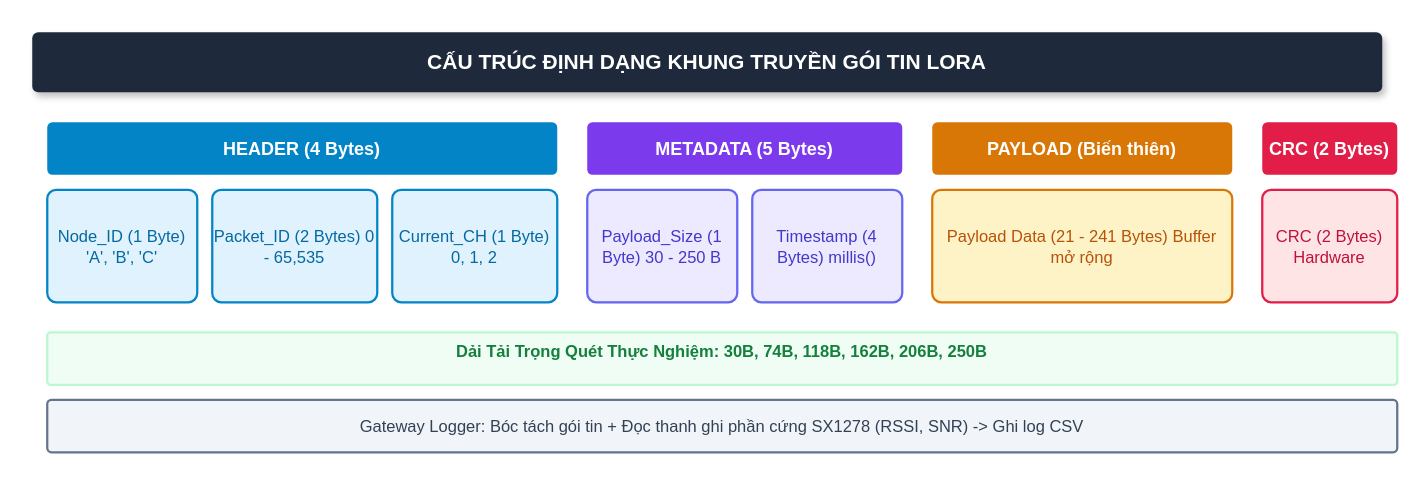
Brauuwu/LoRa_TinyML_Hopping keeps this draw.io diagram as figs/07_dinh_dang_khung_truyen_goi_tin.drawio. Above is the earlier version. Source tidied: cells renumbered, new cells numbered last; positions are measured from the earlier drawing's top-left corner, leaving out a move shared by most shapes. Both pictures are drawn from the tidied source at 150%, with x=0, y=0 at pixel (32, 32).
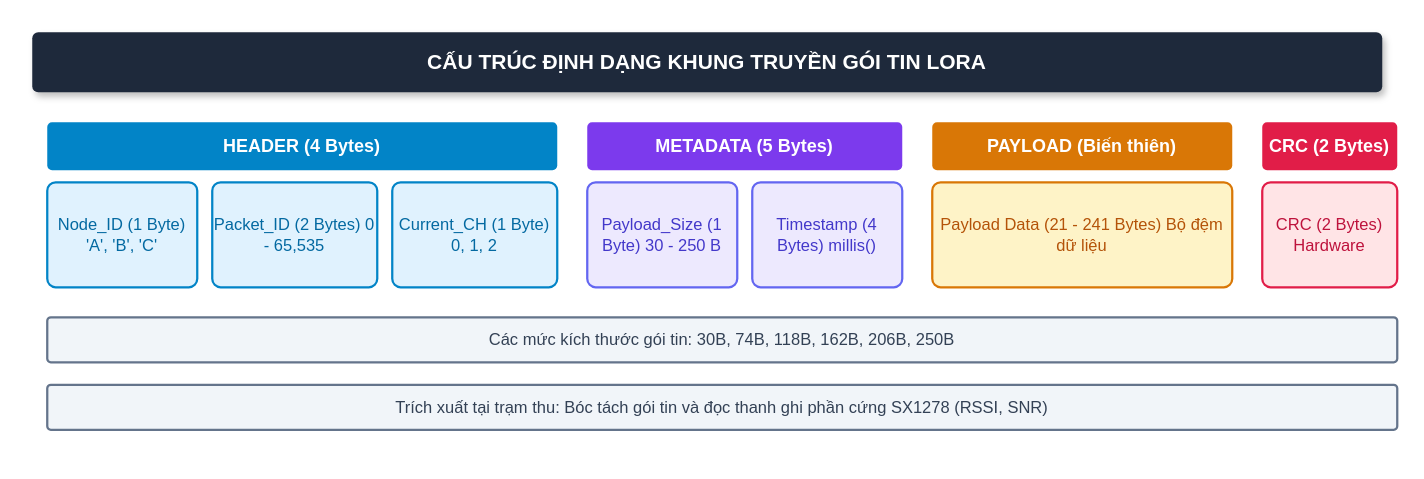
After the change.

Diff of the diagram source:
```diff
@@
 <mxGraphModel background="#ffffff">
   <root>
     <mxCell id="0" />
     <mxCell id="1" parent="0" />
     <mxCell id="2" value="CẤU TRÚC ĐỊNH DẠNG KHUNG TRUYỀN GÓI TIN LORA" style="rounded=1;whiteSpace=wrap;html=1;fillColor=#1e293b;strokeColor=none;fontColor=#ffffff;fontStyle=1;fontSize=14;shadow=1;arcSize=10;" parent="1" vertex="1">
       <mxGeometry width="900" height="40" as="geometry" />
     </mxCell>
     <mxCell id="3" value="HEADER (4 Bytes)" style="rounded=1;whiteSpace=wrap;html=1;fillColor=#0284c7;strokeColor=none;fontColor=#ffffff;fontStyle=1;fontSize=12;arcSize=10;" parent="1" vertex="1">
-      <mxGeometry x="10" y="60" width="340" height="35" as="geometry" />
+      <mxGeometry x="10" y="60" width="340" height="32" as="geometry" />
     </mxCell>
     <mxCell id="4" value="METADATA (5 Bytes)" style="rounded=1;whiteSpace=wrap;html=1;fillColor=#7c3aed;strokeColor=none;fontColor=#ffffff;fontStyle=1;fontSize=12;arcSize=10;" parent="1" vertex="1">
-      <mxGeometry x="370" y="60" width="210" height="35" as="geometry" />
+      <mxGeometry x="370" y="60" width="210" height="32" as="geometry" />
     </mxCell>
     <mxCell id="5" value="PAYLOAD (Biến thiên)" style="rounded=1;whiteSpace=wrap;html=1;fillColor=#d97706;strokeColor=none;fontColor=#ffffff;fontStyle=1;fontSize=12;arcSize=10;" parent="1" vertex="1">
-      <mxGeometry x="600" y="60" width="200" height="35" as="geometry" />
+      <mxGeometry x="600" y="60" width="200" height="32" as="geometry" />
     </mxCell>
     <mxCell id="6" value="CRC (2 Bytes)" style="rounded=1;whiteSpace=wrap;html=1;fillColor=#e11d48;strokeColor=none;fontColor=#ffffff;fontStyle=1;fontSize=12;arcSize=10;" parent="1" vertex="1">
-      <mxGeometry x="820" y="60" width="90" height="35" as="geometry" />
+      <mxGeometry x="820" y="60" width="90" height="32" as="geometry" />
     </mxCell>
     <mxCell id="7" value="Node_ID (1 Byte) 'A', 'B', 'C'" style="rounded=1;whiteSpace=wrap;html=1;fillColor=#e0f2fe;strokeColor=#0284c7;strokeWidth=1.5;fontColor=#0369a1;fontSize=11;arcSize=8;" parent="1" vertex="1">
-      <mxGeometry x="10" y="105" width="100" height="75" as="geometry" />
+      <mxGeometry x="10" y="100" width="100" height="70" as="geometry" />
     </mxCell>
     <mxCell id="8" value="Packet_ID (2 Bytes) 0 - 65,535" style="rounded=1;whiteSpace=wrap;html=1;fillColor=#e0f2fe;strokeColor=#0284c7;strokeWidth=1.5;fontColor=#0369a1;fontSize=11;arcSize=8;" parent="1" vertex="1">
-      <mxGeometry x="120" y="105" width="110" height="75" as="geometry" />
+      <mxGeometry x="120" y="100" width="110" height="70" as="geometry" />
     </mxCell>
     <mxCell id="9" value="Current_CH (1 Byte) 0, 1, 2" style="rounded=1;whiteSpace=wrap;html=1;fillColor=#e0f2fe;strokeColor=#0284c7;strokeWidth=1.5;fontColor=#0369a1;fontSize=11;arcSize=8;" parent="1" vertex="1">
-      <mxGeometry x="240" y="105" width="110" height="75" as="geometry" />
+      <mxGeometry x="240" y="100" width="110" height="70" as="geometry" />
     </mxCell>
     <mxCell id="10" value="Payload_Size (1 Byte) 30 - 250 B" style="rounded=1;whiteSpace=wrap;html=1;fillColor=#ede9fe;strokeColor=#6366f1;strokeWidth=1.5;fontColor=#4338ca;fontSize=11;arcSize=8;" parent="1" vertex="1">
-      <mxGeometry x="370" y="105" width="100" height="75" as="geometry" />
+      <mxGeometry x="370" y="100" width="100" height="70" as="geometry" />
     </mxCell>
     <mxCell id="11" value="Timestamp (4 Bytes) millis()" style="rounded=1;whiteSpace=wrap;html=1;fillColor=#ede9fe;strokeColor=#6366f1;strokeWidth=1.5;fontColor=#4338ca;fontSize=11;arcSize=8;" parent="1" vertex="1">
-      <mxGeometry x="480" y="105" width="100" height="75" as="geometry" />
+      <mxGeometry x="480" y="100" width="100" height="70" as="geometry" />
     </mxCell>
-    <mxCell id="12" value="Payload Data (21 - 241 Bytes) Buffer mở rộng" style="rounded=1;whiteSpace=wrap;html=1;fillColor=#fef3c7;strokeColor=#d97706;strokeWidth=1.5;fontColor=#b45309;fontSize=11;arcSize=8;" parent="1" vertex="1">
-      <mxGeometry x="600" y="105" width="200" height="75" as="geometry" />
+    <mxCell id="12" value="Payload Data (21 - 241 Bytes) Bộ đệm dữ liệu" style="rounded=1;whiteSpace=wrap;html=1;fillColor=#fef3c7;strokeColor=#d97706;strokeWidth=1.5;fontColor=#b45309;fontSize=11;arcSize=8;" parent="1" vertex="1">
+      <mxGeometry x="600" y="100" width="200" height="70" as="geometry" />
     </mxCell>
     <mxCell id="13" value="CRC (2 Bytes) Hardware" style="rounded=1;whiteSpace=wrap;html=1;fillColor=#ffe4e6;strokeColor=#e11d48;strokeWidth=1.5;fontColor=#be123c;fontSize=11;arcSize=8;" parent="1" vertex="1">
-      <mxGeometry x="820" y="105" width="90" height="75" as="geometry" />
+      <mxGeometry x="820" y="100" width="90" height="70" as="geometry" />
     </mxCell>
-    <mxCell id="14" value="Dải Tải Trọng Quét Thực Nghiệm: 30B, 74B, 118B, 162B, 206B, 250B" style="rounded=1;whiteSpace=wrap;html=1;fillColor=#f0fdf4;strokeColor=#bbf7d0;strokeWidth=1.5;verticalAlign=top;fontStyle=1;fontSize=11;fontColor=#15803d;arcSize=6;" parent="1" vertex="1">
-      <mxGeometry x="10" y="200" width="900" height="35" as="geometry" />
+    <mxCell id="14" value="Các mức kích thước gói tin: 30B, 74B, 118B, 162B, 206B, 250B" style="rounded=1;whiteSpace=wrap;html=1;fillColor=#f1f5f9;strokeColor=#64748b;strokeWidth=1.5;fontColor=#334155;fontSize=11;arcSize=8;" parent="1" vertex="1">
+      <mxGeometry x="10" y="190" width="900" height="30" as="geometry" />
     </mxCell>
-    <mxCell id="15" value="Gateway Logger: Bóc tách gói tin + Đọc thanh ghi phần cứng SX1278 (RSSI, SNR) -&gt; Ghi log CSV" style="rounded=1;whiteSpace=wrap;html=1;fillColor=#f1f5f9;strokeColor=#64748b;strokeWidth=1.5;fontColor=#334155;fontSize=11;arcSize=8;" parent="1" vertex="1">
-      <mxGeometry x="10" y="245" width="900" height="35" as="geometry" />
+    <mxCell id="15" value="Trích xuất tại trạm thu: Bóc tách gói tin và đọc thanh ghi phần cứng SX1278 (RSSI, SNR)" style="rounded=1;whiteSpace=wrap;html=1;fillColor=#f1f5f9;strokeColor=#64748b;strokeWidth=1.5;fontColor=#334155;fontSize=11;arcSize=8;" parent="1" vertex="1">
+      <mxGeometry x="10" y="235" width="900" height="30" as="geometry" />
     </mxCell>
   </root>
 </mxGraphModel>
```
